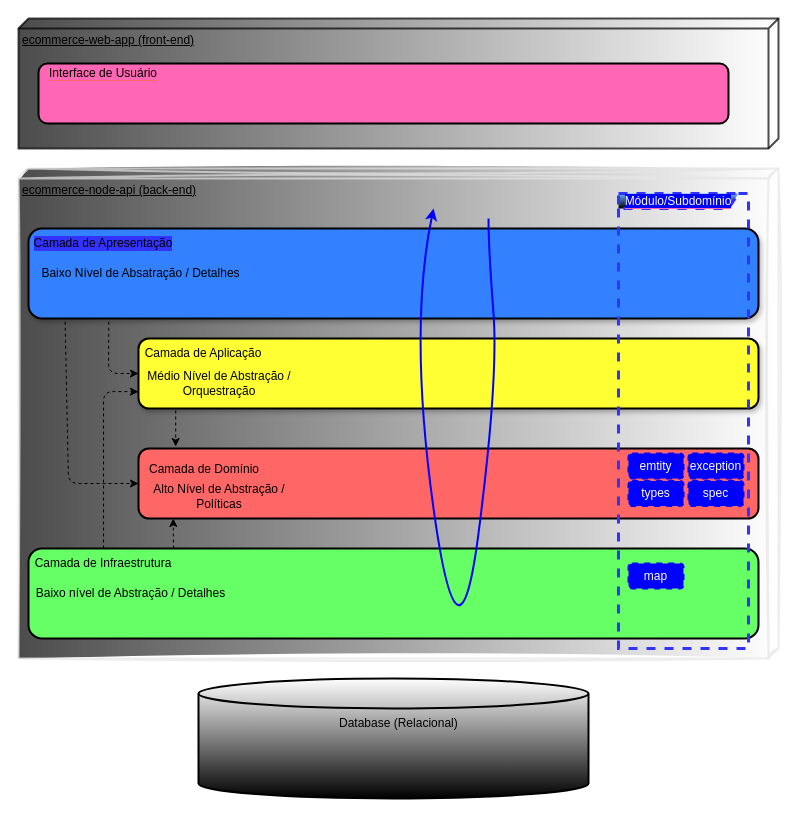
Before: page "Arquitetura em Camadas" (1 of 2) of requirements/ecommerce-arquitetura.drawio in RigorbertoCosta/ecommerce-node-api, a draw.io diagram. Source tidied: cells renumbered, new cells numbered last; positions are measured from the earlier drawing's top-left corner, leaving out a move shared by most shapes. Both pictures are drawn from the tidied source at 100%, with x=0, y=0 at pixel (18, 18).
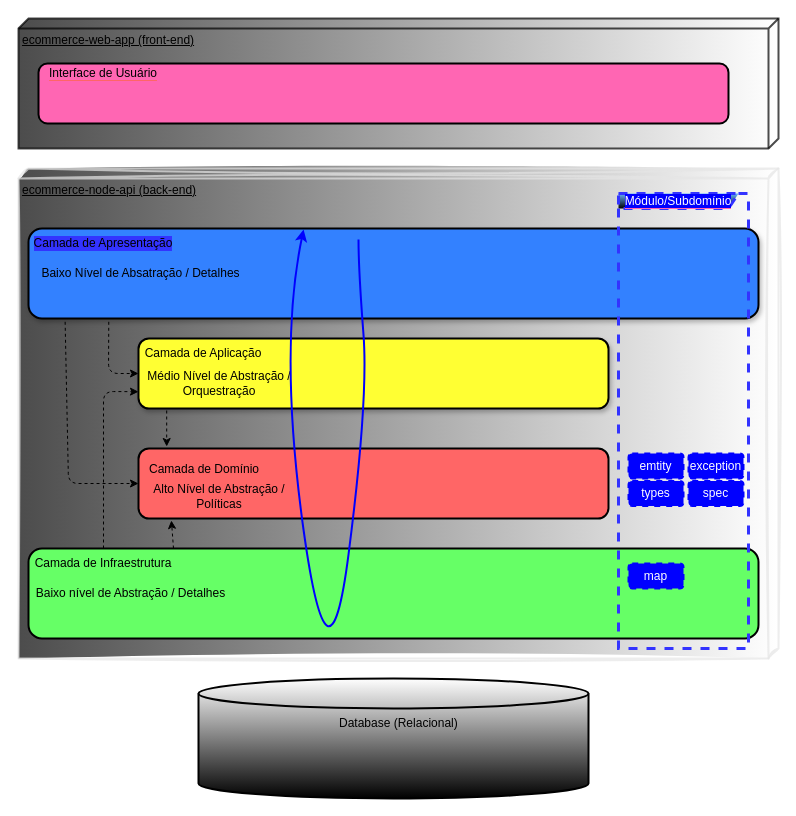
After the change.

Commit message (it also covers changes not shown here):
aula-25/09-introdução-banco-schema

The change refers to these unchanged cells:
```xml
<mxCell id="13" value="&lt;span style=&quot;&quot;&gt;Camada de Infraestrutura&lt;/span&gt;" style="text;html=1;strokeColor=none;fillColor=none;align=center;verticalAlign=middle;whiteSpace=wrap;rounded=0;labelBackgroundColor=#66FF66;strokeWidth=2;fontColor=#000000;" parent="1" vertex="1">
  <mxGeometry x="15" y="530" width="140" height="30" as="geometry" />
</mxCell>
```

Change to the diagram source:
```diff
@@
     <mxCell id="5" style="rounded=1;whiteSpace=wrap;html=1;strokeWidth=2;fillColor=#FF6666;glass=0;shadow=0;gradientColor=none;points=[[0,0,0,0,0],[0,0.24,0,0,0],[0,0.5,0,0,0],[0,0.76,0,0,0],[0,1,0,0,0],[0.06,0,0,0,-2],[0.07,1,0,0,2],[0.5,0,0,0,0],[0.5,1,0,0,0],[0.75,0,0,0,0],[0.75,1,0,0,0],[1,0,0,0,0],[1,0.26,0,0,0],[1,0.5,0,0,0],[1,0.76,0,0,0],[1,1,0,0,0]];" parent="1" vertex="1">
-      <mxGeometry x="120" y="430" width="620" height="70" as="geometry" />
+      <mxGeometry x="120" y="430" width="470" height="70" as="geometry" />
     </mxCell>
@@
     <mxCell id="8" style="rounded=1;whiteSpace=wrap;html=1;strokeWidth=2;fillColor=#FFFF33;gradientColor=none;glass=0;shadow=1;fontColor=default;points=[[0,0,0,0,0],[0,0.24,0,0,0],[0,0.5,0,0,0],[0,0.76,0,0,0],[0,1,0,0,0],[0.06,1,0,0,2],[0.25,0,0,0,0],[0.5,0,0,0,0],[0.5,1,0,0,0],[0.75,0,0,0,0],[0.75,1,0,0,0],[1,0,0,0,0],[1,0.26,0,0,0],[1,0.5,0,0,0],[1,0.76,0,0,0],[1,1,0,0,0]];" parent="1" vertex="1">
-      <mxGeometry x="120" y="320" width="620" height="70" as="geometry" />
+      <mxGeometry x="120" y="320" width="470" height="70" as="geometry" />
     </mxCell>
@@
-    <mxCell id="12" style="edgeStyle=none;html=1;exitX=1;exitY=0;exitDx=0;exitDy=0;entryX=0.056;entryY=1;entryDx=0;entryDy=0;entryPerimeter=0;dashed=1;strokeColor=#000000;fontColor=default;" parent="1" edge="1" source="13" target="5">
+    <mxCell id="12" style="edgeStyle=none;html=1;exitX=1;exitY=0;exitDx=0;exitDy=0;dashed=1;strokeColor=#000000;fontColor=default;entryX=0.07;entryY=1;entryDx=0;entryDy=2;entryPerimeter=0;" parent="1" edge="1" source="13" target="5">
       <mxGeometry relative="1" as="geometry" />
     </mxCell>
@@
     <mxCell id="30" style="curved=1;endArrow=classic;html=1;strokeColor=#0000FF;strokeWidth=2;fontColor=#000000;entryX=0.041;entryY=0.592;entryDx=0;entryDy=0;entryPerimeter=0;" parent="1" edge="1">
       <mxGeometry relative="1" as="geometry">
-        <mxPoint x="470" y="200" as="sourcePoint" />
-        <mxPoint x="415.1" y="190" as="targetPoint" />
+        <mxPoint x="340" y="221.1" as="sourcePoint" />
+        <mxPoint x="285.1" y="211.1" as="targetPoint" />
         <Array as="points">
-          <mxPoint x="470" y="230" />
-          <mxPoint x="480" y="360" />
-          <mxPoint x="440" y="669.9" />
-          <mxPoint x="390" y="309.9" />
+          <mxPoint x="340" y="251.1" />
+          <mxPoint x="350" y="381.1" />
+          <mxPoint x="310" y="691" />
+          <mxPoint x="260" y="331" />
         </Array>
       </mxGeometry>
     </mxCell>
```
